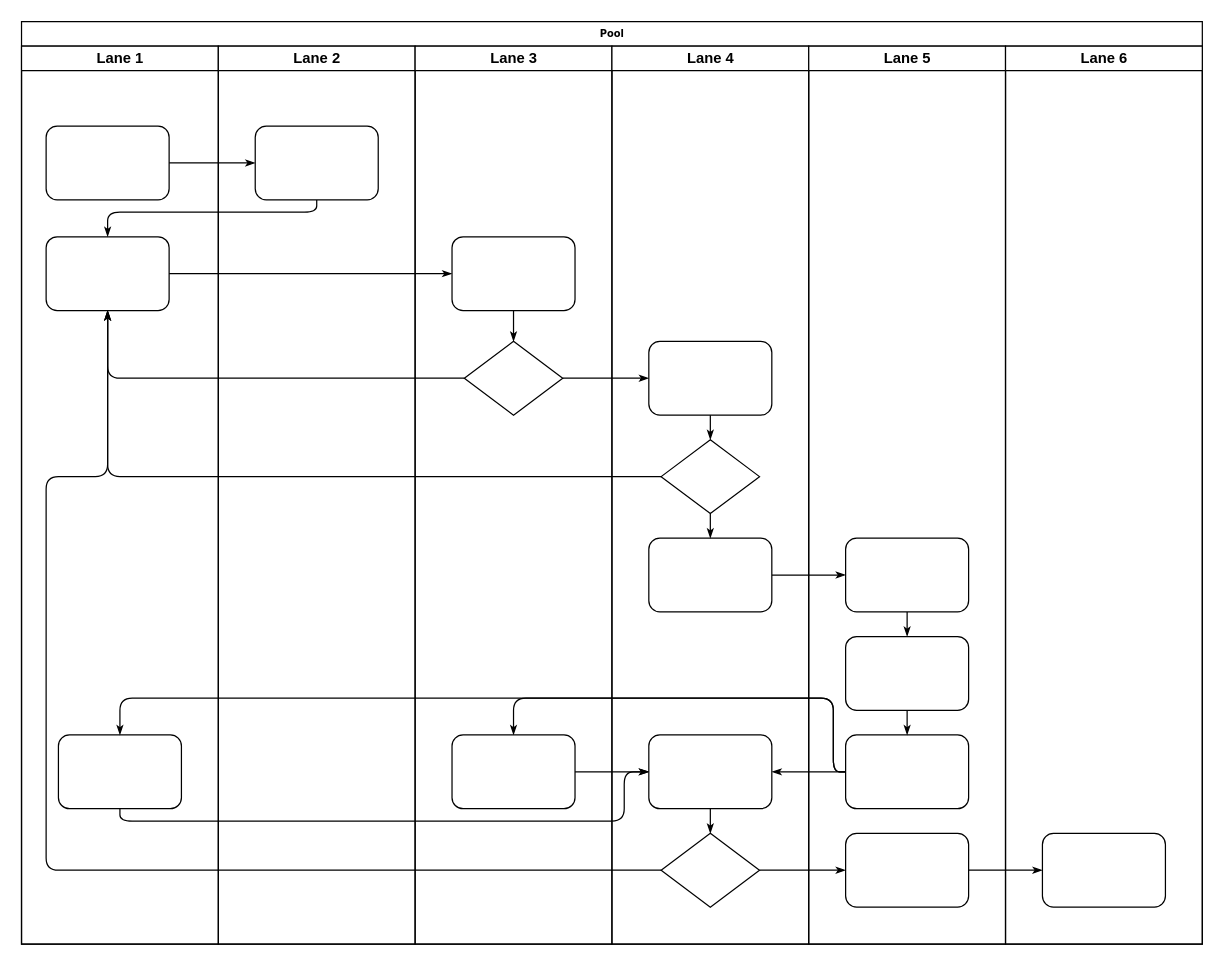
This is diagram alir.drawio from w4hyud1/leni_karyawan, a draw.io file, before an edit. Source tidied: cells renumbered, new cells numbered last; positions are measured from the earlier drawing's top-left corner, leaving out a move shared by most shapes. Both pictures are drawn from the tidied source at 123%, with x=0, y=0 at pixel (21, 21).
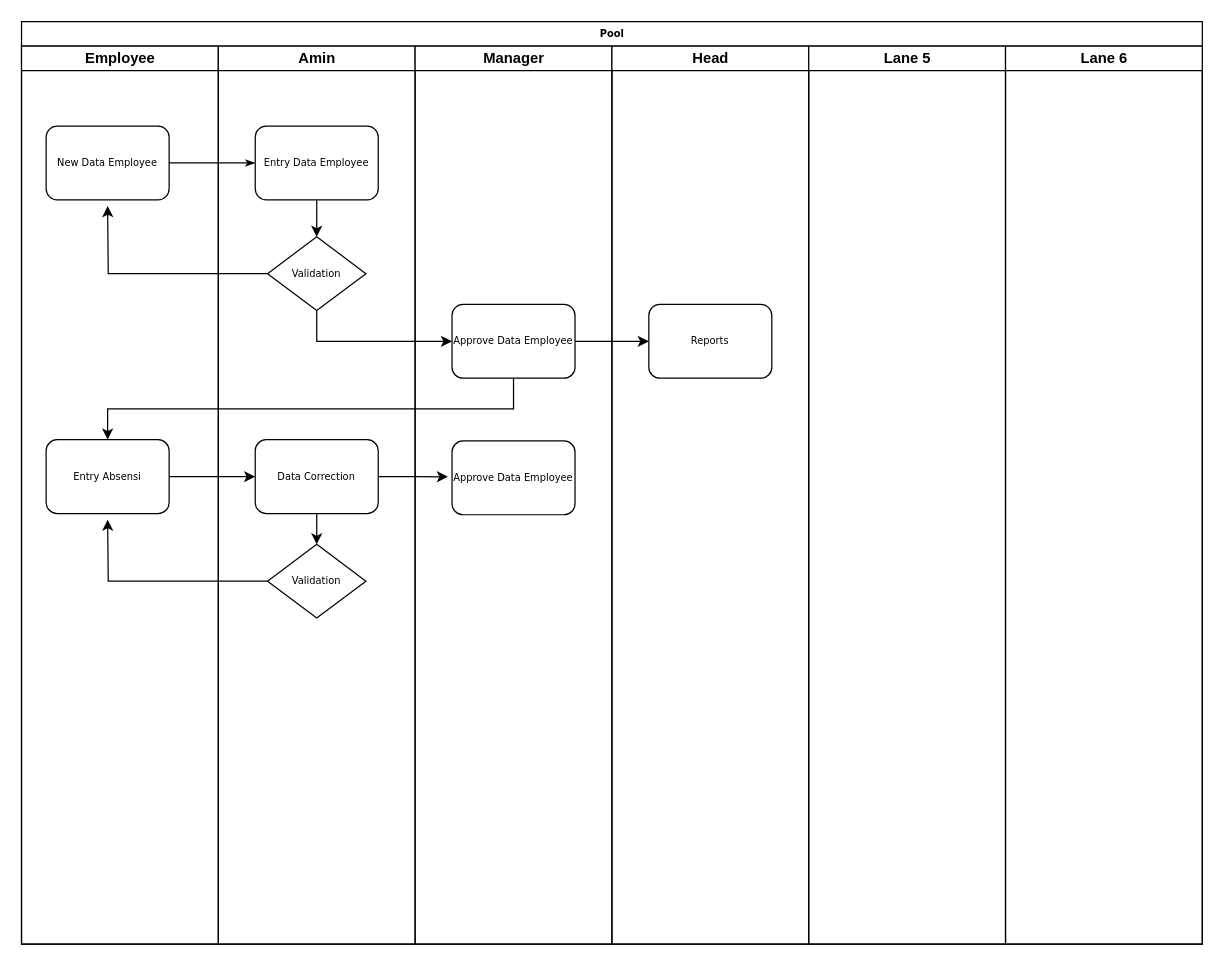
The same page after the edit.

The change refers to these unchanged cells:
```xml
<mxCell id="2" value="Pool" style="swimlane;html=1;startSize=20;rounded=0;shadow=0;labelBackgroundColor=none;strokeWidth=1;fontFamily=Verdana;fontSize=8;align=center;" parent="1" vertex="1">
  <mxGeometry width="960" height="750" as="geometry" />
</mxCell>
<mxCell id="38" value="Lane 5" style="swimlane;html=1;startSize=20;" parent="2" vertex="1">
  <mxGeometry x="640" y="20" width="160" height="730" as="geometry" />
</mxCell>
<mxCell id="45" value="Lane 6" style="swimlane;html=1;startSize=20;" parent="2" vertex="1">
  <mxGeometry x="800" y="20" width="160" height="730" as="geometry" />
</mxCell>
```

What changed in the source:
```diff
@@
-    <mxCell id="3" value="Lane 1" style="swimlane;html=1;startSize=20;" parent="2" vertex="1">
+    <mxCell id="3" value="Employee" style="swimlane;html=1;startSize=20;" parent="2" vertex="1">
       <mxGeometry y="20" width="160" height="730" as="geometry" />
     </mxCell>
-    <mxCell id="4" style="rounded=1;whiteSpace=wrap;html=1;shadow=0;labelBackgroundColor=none;strokeWidth=1;fontFamily=Verdana;fontSize=8;align=center;" parent="3" vertex="1">
+    <mxCell id="4" value="New Data Employee" style="rounded=1;whiteSpace=wrap;html=1;shadow=0;labelBackgroundColor=none;strokeWidth=1;fontFamily=Verdana;fontSize=8;align=center;" parent="3" vertex="1">
       <mxGeometry x="20" y="65" width="100" height="60" as="geometry" />
     </mxCell>
-    <mxCell id="5" style="rounded=1;whiteSpace=wrap;html=1;shadow=0;labelBackgroundColor=none;strokeWidth=1;fontFamily=Verdana;fontSize=8;align=center;" parent="3" vertex="1">
-      <mxGeometry x="20" y="155" width="100" height="60" as="geometry" />
-    </mxCell>
-    <mxCell id="6" style="rounded=1;whiteSpace=wrap;html=1;shadow=0;labelBackgroundColor=none;strokeWidth=1;fontFamily=Verdana;fontSize=8;align=center;" parent="3" vertex="1">
-      <mxGeometry x="30" y="560" width="100" height="60" as="geometry" />
-    </mxCell>
+    <mxCell id="47" value="Entry Absensi" style="rounded=1;whiteSpace=wrap;html=1;shadow=0;labelBackgroundColor=none;strokeWidth=1;fontFamily=Verdana;fontSize=8;align=center;" parent="3" vertex="1">
+      <mxGeometry x="20" y="320" width="100" height="60" as="geometry" />
+    </mxCell>
@@
-    <mxCell id="8" style="edgeStyle=orthogonalEdgeStyle;rounded=1;html=1;labelBackgroundColor=none;startArrow=none;startFill=0;startSize=5;endArrow=classicThin;endFill=1;endSize=5;jettySize=auto;strokeWidth=1;fontFamily=Verdana;fontSize=8;" parent="2" edge="1" source="23" target="5">
-      <mxGeometry relative="1" as="geometry">
-        <Array as="points">
-          <mxPoint x="240" y="155" />
-          <mxPoint x="70" y="155" />
-        </Array>
-      </mxGeometry>
-    </mxCell>
-    <mxCell id="9" style="edgeStyle=orthogonalEdgeStyle;rounded=1;html=1;labelBackgroundColor=none;startArrow=none;startFill=0;startSize=5;endArrow=classicThin;endFill=1;endSize=5;jettySize=auto;strokeWidth=1;fontFamily=Verdana;fontSize=8;" parent="2" edge="1" source="5" target="25">
-      <mxGeometry relative="1" as="geometry" />
-    </mxCell>
-    <mxCell id="10" style="edgeStyle=orthogonalEdgeStyle;rounded=1;html=1;labelBackgroundColor=none;startArrow=none;startFill=0;startSize=5;endArrow=classicThin;endFill=1;endSize=5;jettySize=auto;strokeWidth=1;fontFamily=Verdana;fontSize=8;" parent="2" edge="1" source="26" target="5">
-      <mxGeometry relative="1" as="geometry" />
-    </mxCell>
-    <mxCell id="11" style="edgeStyle=orthogonalEdgeStyle;rounded=1;html=1;labelBackgroundColor=none;startArrow=none;startFill=0;startSize=5;endArrow=classicThin;endFill=1;endSize=5;jettySize=auto;strokeWidth=1;fontFamily=Verdana;fontSize=8;" parent="2" edge="1" source="31" target="5">
-      <mxGeometry relative="1" as="geometry" />
-    </mxCell>
-    <mxCell id="12" style="edgeStyle=orthogonalEdgeStyle;rounded=1;html=1;labelBackgroundColor=none;startArrow=none;startFill=0;startSize=5;endArrow=classicThin;endFill=1;endSize=5;jettySize=auto;strokeWidth=1;fontFamily=Verdana;fontSize=8;" parent="2" edge="1" source="34" target="5">
-      <mxGeometry relative="1" as="geometry">
-        <Array as="points">
-          <mxPoint x="20" y="690" />
-          <mxPoint x="20" y="370" />
-          <mxPoint x="70" y="370" />
-        </Array>
-      </mxGeometry>
-    </mxCell>
-    <mxCell id="13" style="edgeStyle=orthogonalEdgeStyle;rounded=1;html=1;labelBackgroundColor=none;startArrow=none;startFill=0;startSize=5;endArrow=classicThin;endFill=1;endSize=5;jettySize=auto;strokeWidth=1;fontFamily=Verdana;fontSize=8;" parent="2" edge="1" source="26" target="30">
-      <mxGeometry relative="1" as="geometry" />
-    </mxCell>
-    <mxCell id="14" style="edgeStyle=orthogonalEdgeStyle;rounded=1;html=1;labelBackgroundColor=none;startArrow=none;startFill=0;startSize=5;endArrow=classicThin;endFill=1;endSize=5;jettySize=auto;strokeWidth=1;fontFamily=Verdana;fontSize=8;" parent="2" edge="1" source="34" target="42">
-      <mxGeometry relative="1" as="geometry" />
-    </mxCell>
-    <mxCell id="15" style="edgeStyle=orthogonalEdgeStyle;rounded=1;html=1;labelBackgroundColor=none;startArrow=none;startFill=0;startSize=5;endArrow=classicThin;endFill=1;endSize=5;jettySize=auto;strokeWidth=1;fontFamily=Verdana;fontSize=8;" parent="2" edge="1" source="42" target="46">
-      <mxGeometry relative="1" as="geometry" />
-    </mxCell>
-    <mxCell id="16" style="edgeStyle=orthogonalEdgeStyle;rounded=1;html=1;labelBackgroundColor=none;startArrow=none;startFill=0;startSize=5;endArrow=classicThin;endFill=1;endSize=5;jettySize=auto;strokeWidth=1;fontFamily=Verdana;fontSize=8;" parent="2" edge="1" source="32" target="39">
-      <mxGeometry relative="1" as="geometry" />
-    </mxCell>
-    <mxCell id="17" style="edgeStyle=orthogonalEdgeStyle;rounded=1;html=1;labelBackgroundColor=none;startArrow=none;startFill=0;startSize=5;endArrow=classicThin;endFill=1;endSize=5;jettySize=auto;strokeWidth=1;fontFamily=Verdana;fontSize=8;" parent="2" edge="1" source="41" target="27">
-      <mxGeometry relative="1" as="geometry">
-        <Array as="points">
-          <mxPoint x="660" y="610" />
-          <mxPoint x="660" y="550" />
-          <mxPoint x="400" y="550" />
-        </Array>
-      </mxGeometry>
-    </mxCell>
-    <mxCell id="18" style="edgeStyle=orthogonalEdgeStyle;rounded=1;html=1;labelBackgroundColor=none;startArrow=none;startFill=0;startSize=5;endArrow=classicThin;endFill=1;endSize=5;jettySize=auto;strokeColor=#000000;strokeWidth=1;fontFamily=Verdana;fontSize=8;fontColor=#000000;" parent="2" edge="1" source="41" target="33">
-      <mxGeometry relative="1" as="geometry" />
-    </mxCell>
-    <mxCell id="19" style="edgeStyle=orthogonalEdgeStyle;rounded=1;html=1;labelBackgroundColor=none;startArrow=none;startFill=0;startSize=5;endArrow=classicThin;endFill=1;endSize=5;jettySize=auto;strokeWidth=1;fontFamily=Verdana;fontSize=8;" parent="2" edge="1" source="41" target="6">
-      <mxGeometry relative="1" as="geometry">
-        <Array as="points">
-          <mxPoint x="660" y="610" />
-          <mxPoint x="660" y="550" />
-          <mxPoint x="80" y="550" />
-        </Array>
-      </mxGeometry>
-    </mxCell>
-    <mxCell id="20" style="edgeStyle=orthogonalEdgeStyle;rounded=1;html=1;labelBackgroundColor=none;startArrow=none;startFill=0;startSize=5;endArrow=classicThin;endFill=1;endSize=5;jettySize=auto;strokeWidth=1;fontFamily=Verdana;fontSize=8;" parent="2" edge="1" source="6" target="33">
-      <mxGeometry relative="1" as="geometry">
-        <Array as="points">
-          <mxPoint x="80" y="650" />
-          <mxPoint x="490" y="650" />
-          <mxPoint x="490" y="610" />
-        </Array>
-      </mxGeometry>
-    </mxCell>
-    <mxCell id="21" style="edgeStyle=orthogonalEdgeStyle;rounded=1;html=1;labelBackgroundColor=none;startArrow=none;startFill=0;startSize=5;endArrow=classicThin;endFill=1;endSize=5;jettySize=auto;strokeWidth=1;fontFamily=Verdana;fontSize=8;" parent="2" edge="1" source="27" target="33">
-      <mxGeometry relative="1" as="geometry" />
-    </mxCell>
+    <mxCell id="48" style="edgeStyle=orthogonalEdgeStyle;rounded=0;jettySize=auto;html=1;exitX=1;exitY=0.5;exitDx=0;exitDy=0;entryX=0;entryY=0.5;entryDx=0;entryDy=0;" parent="2" edge="1" source="47" target="52">
+      <mxGeometry relative="1" as="geometry" />
+    </mxCell>
-    <mxCell id="22" value="Lane 2" style="swimlane;html=1;startSize=20;" parent="2" vertex="1">
+    <mxCell id="22" value="Amin" style="swimlane;html=1;startSize=20;" parent="2" vertex="1">
       <mxGeometry x="160" y="20" width="160" height="730" as="geometry" />
     </mxCell>
+    <mxCell id="49" style="edgeStyle=orthogonalEdgeStyle;rounded=0;jettySize=auto;html=1;exitX=0.5;exitY=1;exitDx=0;exitDy=0;entryX=0.5;entryY=0;entryDx=0;entryDy=0;" parent="22" edge="1" source="23" target="50">
+      <mxGeometry relative="1" as="geometry" />
+    </mxCell>
-    <mxCell id="23" style="rounded=1;whiteSpace=wrap;html=1;shadow=0;labelBackgroundColor=none;strokeWidth=1;fontFamily=Verdana;fontSize=8;align=center;" parent="22" vertex="1">
+    <mxCell id="23" value="Entry Data Employee" style="rounded=1;whiteSpace=wrap;html=1;shadow=0;labelBackgroundColor=none;strokeWidth=1;fontFamily=Verdana;fontSize=8;align=center;" parent="22" vertex="1">
       <mxGeometry x="30" y="65" width="100" height="60" as="geometry" />
     </mxCell>
+    <mxCell id="50" value="Validation" style="rhombus;whiteSpace=wrap;html=1;rounded=0;shadow=0;labelBackgroundColor=none;strokeWidth=1;fontFamily=Verdana;fontSize=8;align=center;" parent="22" vertex="1">
+      <mxGeometry x="40" y="155" width="80" height="60" as="geometry" />
+    </mxCell>
+    <mxCell id="51" style="edgeStyle=orthogonalEdgeStyle;rounded=0;jettySize=auto;html=1;exitX=0.5;exitY=1;exitDx=0;exitDy=0;entryX=0.5;entryY=0;entryDx=0;entryDy=0;" parent="22" edge="1" source="52" target="53">
+      <mxGeometry relative="1" as="geometry" />
+    </mxCell>
+    <mxCell id="52" value="Data Correction" style="rounded=1;whiteSpace=wrap;html=1;shadow=0;labelBackgroundColor=none;strokeWidth=1;fontFamily=Verdana;fontSize=8;align=center;" parent="22" vertex="1">
+      <mxGeometry x="30" y="320" width="100" height="60" as="geometry" />
+    </mxCell>
+    <mxCell id="53" value="Validation" style="rhombus;whiteSpace=wrap;html=1;rounded=0;shadow=0;labelBackgroundColor=none;strokeWidth=1;fontFamily=Verdana;fontSize=8;align=center;" parent="22" vertex="1">
+      <mxGeometry x="40" y="405" width="80" height="60" as="geometry" />
+    </mxCell>
-    <mxCell id="24" value="Lane 3" style="swimlane;html=1;startSize=20;" parent="2" vertex="1">
+    <mxCell id="24" value="Manager" style="swimlane;html=1;startSize=20;" parent="2" vertex="1">
       <mxGeometry x="320" y="20" width="160" height="730" as="geometry" />
     </mxCell>
-    <mxCell id="25" style="rounded=1;whiteSpace=wrap;html=1;shadow=0;labelBackgroundColor=none;strokeWidth=1;fontFamily=Verdana;fontSize=8;align=center;" parent="24" vertex="1">
-      <mxGeometry x="30" y="155" width="100" height="60" as="geometry" />
+    <mxCell id="25" value="Approve Data Employee" style="rounded=1;whiteSpace=wrap;html=1;shadow=0;labelBackgroundColor=none;strokeWidth=1;fontFamily=Verdana;fontSize=8;align=center;" parent="24" vertex="1">
+      <mxGeometry x="30" y="210" width="100" height="60" as="geometry" />
     </mxCell>
-    <mxCell id="26" style="rhombus;whiteSpace=wrap;html=1;rounded=0;shadow=0;labelBackgroundColor=none;strokeWidth=1;fontFamily=Verdana;fontSize=8;align=center;" parent="24" vertex="1">
-      <mxGeometry x="40" y="240" width="80" height="60" as="geometry" />
-    </mxCell>
-    <mxCell id="27" style="rounded=1;whiteSpace=wrap;html=1;shadow=0;labelBackgroundColor=none;strokeWidth=1;fontFamily=Verdana;fontSize=8;align=center;" parent="24" vertex="1">
-      <mxGeometry x="30" y="560" width="100" height="60" as="geometry" />
-    </mxCell>
-    <mxCell id="28" style="edgeStyle=orthogonalEdgeStyle;rounded=1;html=1;labelBackgroundColor=none;startArrow=none;startFill=0;startSize=5;endArrow=classicThin;endFill=1;endSize=5;jettySize=auto;strokeWidth=1;fontFamily=Verdana;fontSize=8;" parent="24" edge="1" source="25" target="26">
-      <mxGeometry relative="1" as="geometry" />
-    </mxCell>
+    <mxCell id="54" value="Approve Data Employee" style="rounded=1;whiteSpace=wrap;html=1;shadow=0;labelBackgroundColor=none;strokeWidth=1;fontFamily=Verdana;fontSize=8;align=center;" parent="24" vertex="1">
+      <mxGeometry x="30" y="321" width="100" height="60" as="geometry" />
+    </mxCell>
-    <mxCell id="29" value="Lane 4" style="swimlane;html=1;startSize=20;" parent="2" vertex="1">
+    <mxCell id="29" value="Head" style="swimlane;html=1;startSize=20;" parent="2" vertex="1">
       <mxGeometry x="480" y="20" width="160" height="730" as="geometry" />
     </mxCell>
-    <mxCell id="30" style="rounded=1;whiteSpace=wrap;html=1;shadow=0;labelBackgroundColor=none;strokeWidth=1;fontFamily=Verdana;fontSize=8;align=center;" parent="29" vertex="1">
-      <mxGeometry x="30" y="240" width="100" height="60" as="geometry" />
+    <mxCell id="30" value="Reports" style="rounded=1;whiteSpace=wrap;html=1;shadow=0;labelBackgroundColor=none;strokeWidth=1;fontFamily=Verdana;fontSize=8;align=center;" parent="29" vertex="1">
+      <mxGeometry x="30" y="210" width="100" height="60" as="geometry" />
     </mxCell>
-    <mxCell id="31" style="rhombus;whiteSpace=wrap;html=1;rounded=0;shadow=0;labelBackgroundColor=none;strokeWidth=1;fontFamily=Verdana;fontSize=8;align=center;" parent="29" vertex="1">
-      <mxGeometry x="40" y="320" width="80" height="60" as="geometry" />
-    </mxCell>
-    <mxCell id="32" style="rounded=1;whiteSpace=wrap;html=1;shadow=0;labelBackgroundColor=none;strokeWidth=1;fontFamily=Verdana;fontSize=8;align=center;" parent="29" vertex="1">
-      <mxGeometry x="30" y="400" width="100" height="60" as="geometry" />
-    </mxCell>
-    <mxCell id="33" style="rounded=1;whiteSpace=wrap;html=1;shadow=0;labelBackgroundColor=none;strokeWidth=1;fontFamily=Verdana;fontSize=8;align=center;" parent="29" vertex="1">
-      <mxGeometry x="30" y="560" width="100" height="60" as="geometry" />
-    </mxCell>
-    <mxCell id="34" style="rhombus;whiteSpace=wrap;html=1;rounded=0;shadow=0;labelBackgroundColor=none;strokeWidth=1;fontFamily=Verdana;fontSize=8;align=center;" parent="29" vertex="1">
-      <mxGeometry x="40" y="640" width="80" height="60" as="geometry" />
-    </mxCell>
-    <mxCell id="35" style="edgeStyle=orthogonalEdgeStyle;rounded=1;html=1;labelBackgroundColor=none;startArrow=none;startFill=0;startSize=5;endArrow=classicThin;endFill=1;endSize=5;jettySize=auto;strokeColor=#000000;strokeWidth=1;fontFamily=Verdana;fontSize=8;fontColor=#000000;" parent="29" edge="1" source="30" target="31">
-      <mxGeometry relative="1" as="geometry" />
-    </mxCell>
-    <mxCell id="36" style="edgeStyle=orthogonalEdgeStyle;rounded=1;html=1;labelBackgroundColor=none;startArrow=none;startFill=0;startSize=5;endArrow=classicThin;endFill=1;endSize=5;jettySize=auto;strokeWidth=1;fontFamily=Verdana;fontSize=8;" parent="29" edge="1" source="31" target="32">
-      <mxGeometry relative="1" as="geometry" />
-    </mxCell>
-    <mxCell id="37" style="edgeStyle=orthogonalEdgeStyle;rounded=1;html=1;labelBackgroundColor=none;startArrow=none;startFill=0;startSize=5;endArrow=classicThin;endFill=1;endSize=5;jettySize=auto;strokeWidth=1;fontFamily=Verdana;fontSize=8;" parent="29" edge="1" source="33" target="34">
-      <mxGeometry relative="1" as="geometry" />
-    </mxCell>
@@
-    <mxCell id="39" style="rounded=1;whiteSpace=wrap;html=1;shadow=0;labelBackgroundColor=none;strokeWidth=1;fontFamily=Verdana;fontSize=8;align=center;" parent="38" vertex="1">
-      <mxGeometry x="30" y="400" width="100" height="60" as="geometry" />
-    </mxCell>
-    <mxCell id="40" style="rounded=1;whiteSpace=wrap;html=1;shadow=0;labelBackgroundColor=none;strokeWidth=1;fontFamily=Verdana;fontSize=8;align=center;" parent="38" vertex="1">
-      <mxGeometry x="30" y="480" width="100" height="60" as="geometry" />
-    </mxCell>
-    <mxCell id="41" style="rounded=1;whiteSpace=wrap;html=1;shadow=0;labelBackgroundColor=none;strokeWidth=1;fontFamily=Verdana;fontSize=8;align=center;" parent="38" vertex="1">
-      <mxGeometry x="30" y="560" width="100" height="60" as="geometry" />
-    </mxCell>
-    <mxCell id="42" style="rounded=1;whiteSpace=wrap;html=1;shadow=0;labelBackgroundColor=none;strokeWidth=1;fontFamily=Verdana;fontSize=8;align=center;" parent="38" vertex="1">
-      <mxGeometry x="30" y="640" width="100" height="60" as="geometry" />
-    </mxCell>
-    <mxCell id="43" style="edgeStyle=orthogonalEdgeStyle;rounded=1;html=1;labelBackgroundColor=none;startArrow=none;startFill=0;startSize=5;endArrow=classicThin;endFill=1;endSize=5;jettySize=auto;strokeWidth=1;fontFamily=Verdana;fontSize=8;" parent="38" edge="1" source="39" target="40">
-      <mxGeometry relative="1" as="geometry" />
-    </mxCell>
-    <mxCell id="44" style="edgeStyle=orthogonalEdgeStyle;rounded=1;html=1;labelBackgroundColor=none;startArrow=none;startFill=0;startSize=5;endArrow=classicThin;endFill=1;endSize=5;jettySize=auto;strokeWidth=1;fontFamily=Verdana;fontSize=8;" parent="38" edge="1" source="40" target="41">
-      <mxGeometry relative="1" as="geometry" />
-    </mxCell>
@@
-    <mxCell id="46" style="rounded=1;whiteSpace=wrap;html=1;shadow=0;labelBackgroundColor=none;strokeWidth=1;fontFamily=Verdana;fontSize=8;align=center;" parent="45" vertex="1">
-      <mxGeometry x="30" y="640" width="100" height="60" as="geometry" />
-    </mxCell>
+    <mxCell id="55" style="edgeStyle=orthogonalEdgeStyle;rounded=0;jettySize=auto;html=1;exitX=0.5;exitY=1;exitDx=0;exitDy=0;entryX=0;entryY=0.5;entryDx=0;entryDy=0;" parent="2" edge="1" source="50" target="25">
+      <mxGeometry relative="1" as="geometry" />
+    </mxCell>
+    <mxCell id="56" style="edgeStyle=orthogonalEdgeStyle;rounded=0;jettySize=auto;html=1;exitX=1;exitY=0.5;exitDx=0;exitDy=0;entryX=0;entryY=0.5;entryDx=0;entryDy=0;" parent="2" edge="1" source="25" target="30">
+      <mxGeometry relative="1" as="geometry" />
+    </mxCell>
+    <mxCell id="57" style="edgeStyle=orthogonalEdgeStyle;rounded=0;jettySize=auto;html=1;exitX=0.5;exitY=1;exitDx=0;exitDy=0;entryX=0.5;entryY=0;entryDx=0;entryDy=0;" parent="2" edge="1" source="25" target="47">
+      <mxGeometry relative="1" as="geometry" />
+    </mxCell>
+    <mxCell id="58" style="edgeStyle=orthogonalEdgeStyle;rounded=0;jettySize=auto;html=1;exitX=1;exitY=0.5;exitDx=0;exitDy=0;entryX=-0.033;entryY=0.486;entryDx=0;entryDy=0;entryPerimeter=0;" parent="2" edge="1" source="52" target="54">
+      <mxGeometry relative="1" as="geometry" />
+    </mxCell>
+    <mxCell id="59" style="edgeStyle=orthogonalEdgeStyle;rounded=0;jettySize=auto;html=1;exitX=0;exitY=0.5;exitDx=0;exitDy=0;" parent="1" edge="1" source="50">
+      <mxGeometry relative="1" as="geometry">
+        <mxPoint x="70" y="150" as="targetPoint" />
+      </mxGeometry>
+    </mxCell>
+    <mxCell id="60" style="edgeStyle=orthogonalEdgeStyle;rounded=0;jettySize=auto;html=1;exitX=0;exitY=0.5;exitDx=0;exitDy=0;" parent="1" edge="1" source="53">
+      <mxGeometry relative="1" as="geometry">
+        <mxPoint x="70" y="405" as="targetPoint" />
+      </mxGeometry>
+    </mxCell>
```
